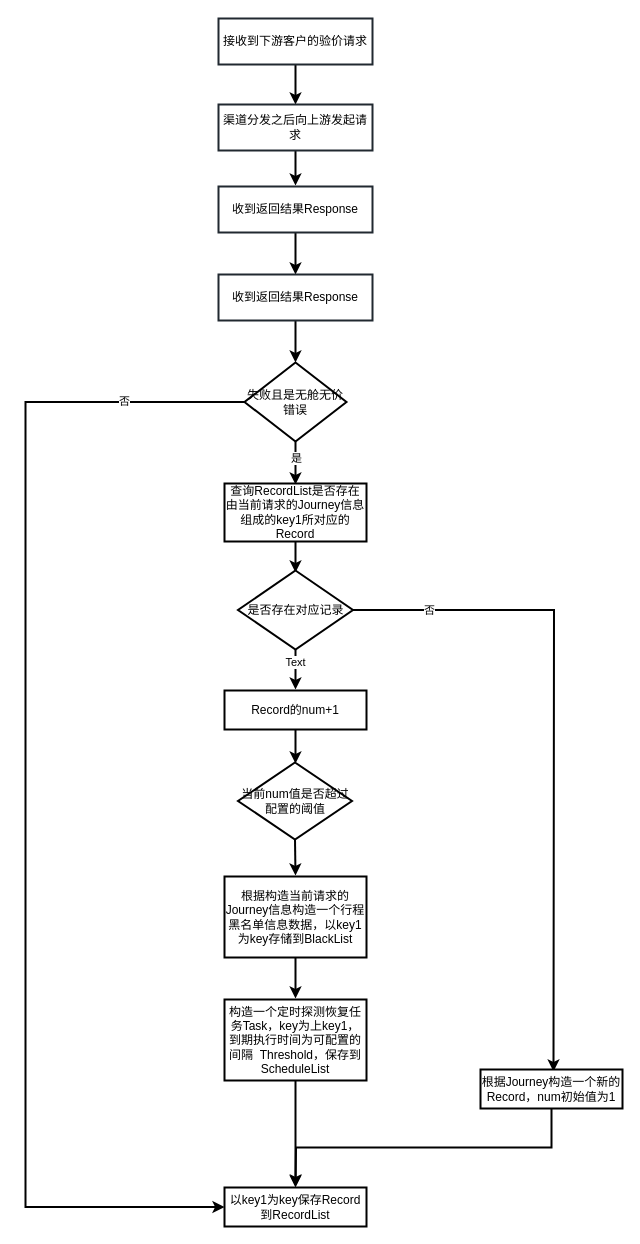
This is pkfare/patent/Untitled Diagram.drawio from zhangweixin/design-diagram, a draw.io file, before an edit. Source tidied: cells renumbered, new cells numbered last; positions are measured from the earlier drawing's top-left corner, leaving out a move shared by most shapes. Both pictures are drawn from the tidied source at 100%, with x=0, y=0 at pixel (25, 18).
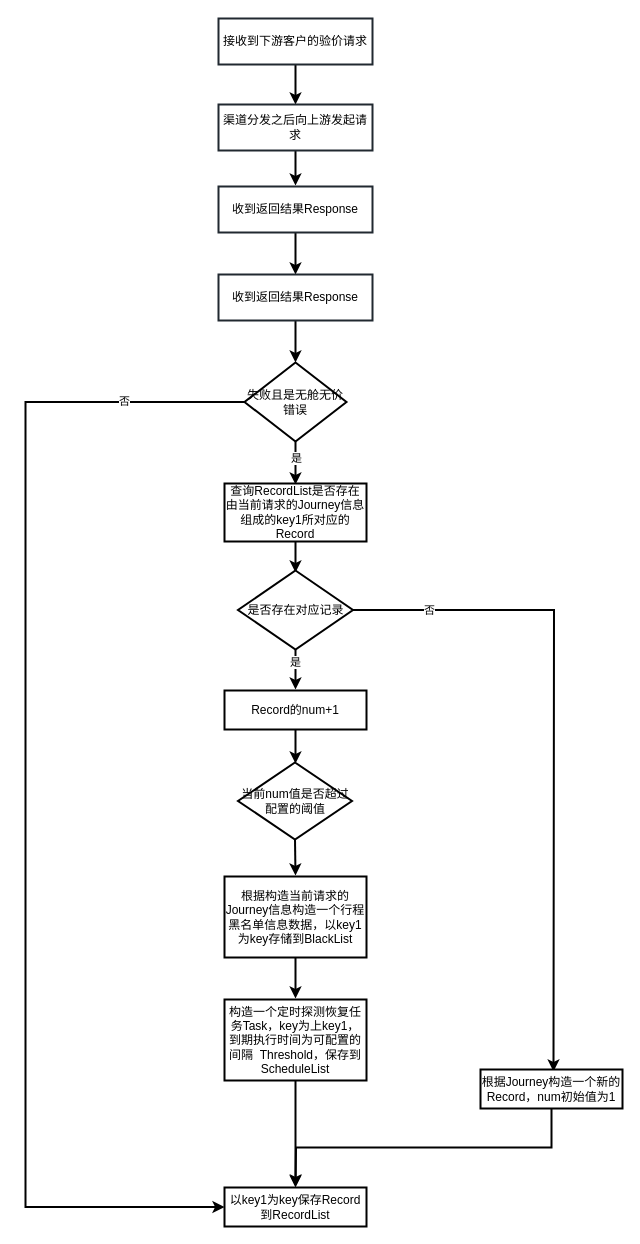
The same diagram, later.

The change refers to these unchanged cells:
```xml
<mxCell id="17" style="edgeStyle=orthogonalEdgeStyle;rounded=0;jettySize=auto;html=1;exitX=0.5;exitY=1;exitDx=0;exitDy=0;strokeWidth=2;" parent="1" edge="1" source="21">
  <mxGeometry relative="1" as="geometry">
    <mxPoint x="270" y="671" as="targetPoint" />
  </mxGeometry>
</mxCell>
```

The edit, as a diff of the source:
```diff
@@
-    <mxCell id="18" value="Text" style="edgeLabel;html=1;align=center;verticalAlign=middle;" parent="17" vertex="1">
+    <mxCell id="18" value="是" style="edgeLabel;html=1;align=center;verticalAlign=middle;" parent="17" vertex="1">
       <mxGeometry x="-0.39" y="-1" relative="1" as="geometry" />
     </mxCell>
```
